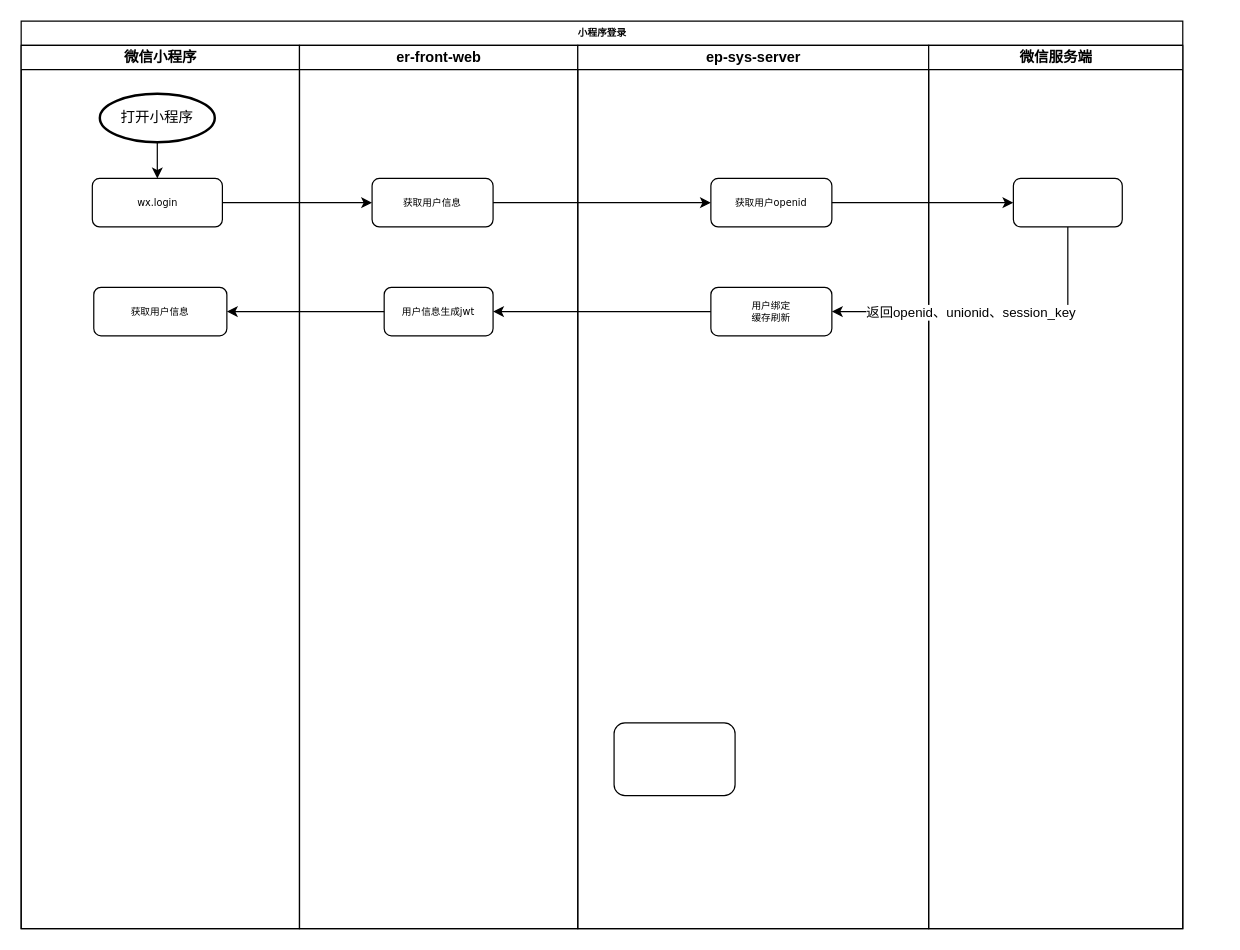
Earlier version of the draw.io diagram 小程序登录服务流程.drawio (liangdengming/diagrams). Source tidied: cells renumbered, new cells numbered last; positions are measured from the earlier drawing's top-left corner, leaving out a move shared by most shapes. Both pictures are drawn from the tidied source at 121%, with x=0, y=0 at pixel (21, 21).
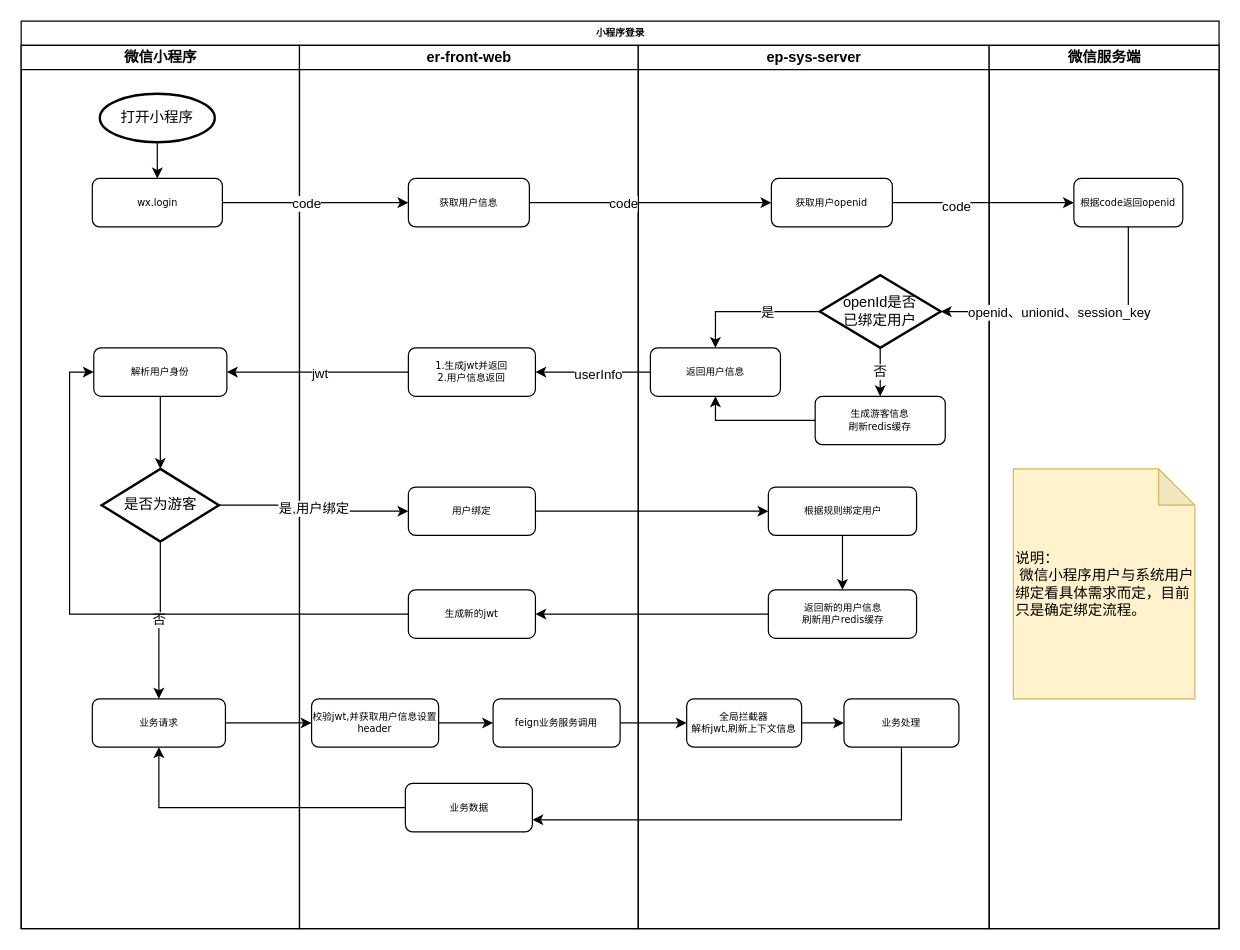
The same page after the edit.

Commit message (it also covers changes not shown here):
小程序登录服务流程.drawio

Unchanged cells that the change refers to:
```xml
<mxCell id="3" value="微信小程序" style="swimlane;html=1;startSize=20;" parent="2" vertex="1">
  <mxGeometry y="20" width="230" height="730" as="geometry" />
</mxCell>
<mxCell id="17" style="edgeStyle=orthogonalEdgeStyle;rounded=0;jettySize=auto;html=1;" parent="2" edge="1" source="4" target="9">
  <mxGeometry relative="1" as="geometry" />
</mxCell>
<mxCell id="18" style="edgeStyle=orthogonalEdgeStyle;rounded=0;jettySize=auto;html=1;entryX=0;entryY=0.5;entryDx=0;entryDy=0;" parent="2" edge="1" source="9" target="13">
  <mxGeometry relative="1" as="geometry" />
</mxCell>
<mxCell id="19" style="edgeStyle=orthogonalEdgeStyle;rounded=0;jettySize=auto;html=1;entryX=0;entryY=0.5;entryDx=0;entryDy=0;" parent="2" edge="1" source="13" target="16">
  <mxGeometry relative="1" as="geometry" />
</mxCell>
<mxCell id="23" style="edgeStyle=orthogonalEdgeStyle;rounded=0;jettySize=auto;html=1;entryX=1;entryY=0.5;entryDx=0;entryDy=0;" parent="2" edge="1" source="10" target="7">
  <mxGeometry relative="1" as="geometry" />
</mxCell>
```

Change to the diagram source:
```diff
@@
     <mxCell id="2" value="小程序登录" style="swimlane;html=1;startSize=20;rounded=0;shadow=0;labelBackgroundColor=none;strokeWidth=1;fontFamily=Verdana;fontSize=8;align=center;" parent="1" vertex="1">
-      <mxGeometry width="960" height="750" as="geometry" />
+      <mxGeometry width="990" height="750" as="geometry" />
     </mxCell>
@@
+    <mxCell id="24" style="edgeStyle=orthogonalEdgeStyle;rounded=0;jettySize=auto;html=1;entryX=0.5;entryY=0;entryDx=0;entryDy=0;entryPerimeter=0;" parent="3" edge="1" source="7" target="26">
+      <mxGeometry relative="1" as="geometry" />
+    </mxCell>
-    <mxCell id="7" value="获取用户信息" style="rounded=1;whiteSpace=wrap;html=1;shadow=0;labelBackgroundColor=none;strokeWidth=1;fontFamily=Verdana;fontSize=8;align=center;" parent="3" vertex="1">
-      <mxGeometry x="60" y="200" width="110" height="40" as="geometry" />
+    <mxCell id="7" value="解析用户身份" style="rounded=1;whiteSpace=wrap;html=1;shadow=0;labelBackgroundColor=none;strokeWidth=1;fontFamily=Verdana;fontSize=8;align=center;" parent="3" vertex="1">
+      <mxGeometry x="60" y="250" width="110" height="40" as="geometry" />
     </mxCell>
+    <mxCell id="25" value="否" style="edgeStyle=orthogonalEdgeStyle;rounded=0;jettySize=auto;html=1;" parent="3" edge="1" source="26" target="27">
+      <mxGeometry relative="1" as="geometry" />
+    </mxCell>
+    <mxCell id="26" value="是否为游客" style="strokeWidth=2;html=1;shape=mxgraph.flowchart.decision;whiteSpace=wrap;" parent="3" vertex="1">
+      <mxGeometry x="66.5" y="350" width="97" height="60" as="geometry" />
+    </mxCell>
+    <mxCell id="27" value="业务请求" style="rounded=1;whiteSpace=wrap;html=1;shadow=0;labelBackgroundColor=none;strokeWidth=1;fontFamily=Verdana;fontSize=8;align=center;" parent="3" vertex="1">
+      <mxGeometry x="58.8" y="540" width="110" height="40" as="geometry" />
+    </mxCell>
     <mxCell id="8" value="er-front-web" style="swimlane;html=1;startSize=20;" parent="2" vertex="1">
-      <mxGeometry x="230" y="20" width="230" height="730" as="geometry" />
+      <mxGeometry x="230" y="20" width="280" height="730" as="geometry" />
     </mxCell>
     <mxCell id="9" value="获取用户信息" style="rounded=1;whiteSpace=wrap;html=1;shadow=0;labelBackgroundColor=none;strokeWidth=1;fontFamily=Verdana;fontSize=8;align=center;" parent="8" vertex="1">
-      <mxGeometry x="60" y="110" width="100" height="40" as="geometry" />
+      <mxGeometry x="90" y="110" width="100" height="40" as="geometry" />
     </mxCell>
-    <mxCell id="10" value="用户信息生成jwt" style="rounded=1;whiteSpace=wrap;html=1;shadow=0;labelBackgroundColor=none;strokeWidth=1;fontFamily=Verdana;fontSize=8;align=center;" parent="8" vertex="1">
-      <mxGeometry x="70" y="200" width="90" height="40" as="geometry" />
+    <mxCell id="10" value="1.生成jwt并返回&lt;br&gt;2.用户信息返回" style="rounded=1;whiteSpace=wrap;html=1;shadow=0;labelBackgroundColor=none;strokeWidth=1;fontFamily=Verdana;fontSize=8;align=center;" parent="8" vertex="1">
+      <mxGeometry x="90" y="250" width="105" height="40" as="geometry" />
     </mxCell>
+    <mxCell id="28" value="用户绑定" style="rounded=1;whiteSpace=wrap;html=1;shadow=0;labelBackgroundColor=none;strokeWidth=1;fontFamily=Verdana;fontSize=8;align=center;" parent="8" vertex="1">
+      <mxGeometry x="90" y="365" width="105" height="40" as="geometry" />
+    </mxCell>
+    <mxCell id="29" style="edgeStyle=orthogonalEdgeStyle;rounded=0;jettySize=auto;html=1;" parent="8" edge="1" source="30" target="31">
+      <mxGeometry relative="1" as="geometry" />
+    </mxCell>
+    <mxCell id="30" value="校验jwt,并获取用户信息设置header" style="rounded=1;whiteSpace=wrap;html=1;shadow=0;labelBackgroundColor=none;strokeWidth=1;fontFamily=Verdana;fontSize=8;align=center;" parent="8" vertex="1">
+      <mxGeometry x="10" y="540" width="105" height="40" as="geometry" />
+    </mxCell>
+    <mxCell id="31" value="feign业务服务调用" style="rounded=1;whiteSpace=wrap;html=1;shadow=0;labelBackgroundColor=none;strokeWidth=1;fontFamily=Verdana;fontSize=8;align=center;" parent="8" vertex="1">
+      <mxGeometry x="160" y="540" width="105" height="40" as="geometry" />
+    </mxCell>
+    <mxCell id="32" value="业务数据" style="rounded=1;whiteSpace=wrap;html=1;shadow=0;labelBackgroundColor=none;strokeWidth=1;fontFamily=Verdana;fontSize=8;align=center;" parent="8" vertex="1">
+      <mxGeometry x="87.5" y="610" width="105" height="40" as="geometry" />
+    </mxCell>
+    <mxCell id="33" value="生成新的jwt" style="rounded=1;whiteSpace=wrap;html=1;shadow=0;labelBackgroundColor=none;strokeWidth=1;fontFamily=Verdana;fontSize=8;align=center;" parent="8" vertex="1">
+      <mxGeometry x="90" y="450" width="105" height="40" as="geometry" />
+    </mxCell>
     <mxCell id="11" value="ep-sys-server" style="swimlane;html=1;startSize=20;" parent="2" vertex="1">
-      <mxGeometry x="460" y="20" width="290" height="730" as="geometry" />
+      <mxGeometry x="510" y="20" width="290" height="730" as="geometry" />
     </mxCell>
-    <mxCell id="12" style="rounded=1;whiteSpace=wrap;html=1;shadow=0;labelBackgroundColor=none;strokeWidth=1;fontFamily=Verdana;fontSize=8;align=center;" parent="11" vertex="1">
-      <mxGeometry x="30" y="560" width="100" height="60" as="geometry" />
-    </mxCell>
@@
-    <mxCell id="14" value="用户绑定&lt;br&gt;缓存刷新" style="rounded=1;whiteSpace=wrap;html=1;shadow=0;labelBackgroundColor=none;strokeWidth=1;fontFamily=Verdana;fontSize=8;align=center;" parent="11" vertex="1">
-      <mxGeometry x="110" y="200" width="100" height="40" as="geometry" />
-    </mxCell>
+    <mxCell id="34" value="否" style="edgeStyle=orthogonalEdgeStyle;rounded=0;jettySize=auto;html=1;entryX=0.5;entryY=0;entryDx=0;entryDy=0;" parent="11" edge="1" source="37" target="39">
+      <mxGeometry relative="1" as="geometry" />
+    </mxCell>
+    <mxCell id="35" style="edgeStyle=orthogonalEdgeStyle;rounded=0;jettySize=auto;html=1;entryX=0.5;entryY=0;entryDx=0;entryDy=0;" parent="11" edge="1" source="37" target="40">
+      <mxGeometry relative="1" as="geometry" />
+    </mxCell>
+    <mxCell id="36" value="是" style="edgeLabel;html=1;align=center;verticalAlign=middle;" parent="35" vertex="1">
+      <mxGeometry x="-0.24" y="-1" relative="1" as="geometry">
+        <mxPoint y="1" as="offset" />
+      </mxGeometry>
+    </mxCell>
+    <mxCell id="37" value="openId是否&lt;br&gt;已绑定用户" style="strokeWidth=2;html=1;shape=mxgraph.flowchart.decision;whiteSpace=wrap;" parent="11" vertex="1">
+      <mxGeometry x="150" y="190" width="100" height="60" as="geometry" />
+    </mxCell>
+    <mxCell id="38" style="edgeStyle=orthogonalEdgeStyle;rounded=0;jettySize=auto;html=1;entryX=0.5;entryY=1;entryDx=0;entryDy=0;" parent="11" edge="1" source="39" target="40">
+      <mxGeometry relative="1" as="geometry" />
+    </mxCell>
+    <mxCell id="39" value="生成游客信息&lt;br&gt;刷新redis缓存" style="rounded=1;whiteSpace=wrap;html=1;shadow=0;labelBackgroundColor=none;strokeWidth=1;fontFamily=Verdana;fontSize=8;align=center;" parent="11" vertex="1">
+      <mxGeometry x="146.2" y="290" width="107.5" height="40" as="geometry" />
+    </mxCell>
+    <mxCell id="40" value="返回用户信息" style="rounded=1;whiteSpace=wrap;html=1;shadow=0;labelBackgroundColor=none;strokeWidth=1;fontFamily=Verdana;fontSize=8;align=center;" parent="11" vertex="1">
+      <mxGeometry x="10" y="250" width="107.5" height="40" as="geometry" />
+    </mxCell>
+    <mxCell id="41" style="edgeStyle=orthogonalEdgeStyle;rounded=0;jettySize=auto;html=1;" parent="11" edge="1" source="42" target="46">
+      <mxGeometry relative="1" as="geometry" />
+    </mxCell>
+    <mxCell id="42" value="根据规则绑定用户&lt;br&gt;" style="rounded=1;whiteSpace=wrap;html=1;shadow=0;labelBackgroundColor=none;strokeWidth=1;fontFamily=Verdana;fontSize=8;align=center;" parent="11" vertex="1">
+      <mxGeometry x="107.5" y="365" width="122.5" height="40" as="geometry" />
+    </mxCell>
+    <mxCell id="43" style="edgeStyle=orthogonalEdgeStyle;rounded=0;jettySize=auto;html=1;" parent="11" edge="1" source="44" target="45">
+      <mxGeometry relative="1" as="geometry" />
+    </mxCell>
+    <mxCell id="44" value="全局拦截器&lt;br&gt;解析jwt,刷新上下文信息" style="rounded=1;whiteSpace=wrap;html=1;shadow=0;labelBackgroundColor=none;strokeWidth=1;fontFamily=Verdana;fontSize=8;align=center;" parent="11" vertex="1">
+      <mxGeometry x="40" y="540" width="95" height="40" as="geometry" />
+    </mxCell>
+    <mxCell id="45" value="业务处理" style="rounded=1;whiteSpace=wrap;html=1;shadow=0;labelBackgroundColor=none;strokeWidth=1;fontFamily=Verdana;fontSize=8;align=center;" parent="11" vertex="1">
+      <mxGeometry x="170" y="540" width="95" height="40" as="geometry" />
+    </mxCell>
+    <mxCell id="46" value="返回新的用户信息&lt;br&gt;刷新用户redis缓存" style="rounded=1;whiteSpace=wrap;html=1;shadow=0;labelBackgroundColor=none;strokeWidth=1;fontFamily=Verdana;fontSize=8;align=center;" parent="11" vertex="1">
+      <mxGeometry x="107.5" y="450" width="122.5" height="40" as="geometry" />
+    </mxCell>
     <mxCell id="15" value="微信服务端" style="swimlane;html=1;startSize=20;" parent="2" vertex="1">
-      <mxGeometry x="750" y="20" width="210" height="730" as="geometry" />
+      <mxGeometry x="800" y="20" width="190" height="730" as="geometry" />
     </mxCell>
-    <mxCell id="16" style="rounded=1;whiteSpace=wrap;html=1;shadow=0;labelBackgroundColor=none;strokeWidth=1;fontFamily=Verdana;fontSize=8;align=center;" parent="15" vertex="1">
+    <mxCell id="16" value="根据code返回openid" style="rounded=1;whiteSpace=wrap;html=1;shadow=0;labelBackgroundColor=none;strokeWidth=1;fontFamily=Verdana;fontSize=8;align=center;" parent="15" vertex="1">
       <mxGeometry x="70" y="110" width="90" height="40" as="geometry" />
     </mxCell>
+    <mxCell id="47" value="说明：&lt;br&gt;&lt;span style=&quot;white-space: pre;&quot;&gt; &lt;/span&gt;微信小程序用户与系统用户绑定看具体需求而定，目前只是确定绑定流程。" style="shape=note;whiteSpace=wrap;html=1;backgroundOutline=1;darkOpacity=0.05;fillColor=#fff2cc;strokeColor=#d6b656;align=left;" parent="15" vertex="1">
+      <mxGeometry x="20" y="350" width="150" height="190" as="geometry" />
+    </mxCell>
@@
+    <mxCell id="48" value="code" style="edgeLabel;html=1;align=center;verticalAlign=middle;" parent="17" vertex="1">
+      <mxGeometry x="-0.1" relative="1" as="geometry" />
+    </mxCell>
@@
+    <mxCell id="49" value="code" style="edgeLabel;html=1;align=center;verticalAlign=middle;" parent="18" vertex="1">
+      <mxGeometry x="-0.23" relative="1" as="geometry" />
+    </mxCell>
@@
+    <mxCell id="50" value="code" style="edgeLabel;html=1;align=center;verticalAlign=middle;" parent="19" vertex="1">
+      <mxGeometry x="-0.31" y="-2" relative="1" as="geometry" />
+    </mxCell>
-    <mxCell id="20" style="edgeStyle=orthogonalEdgeStyle;rounded=0;jettySize=auto;html=1;entryX=1;entryY=0.5;entryDx=0;entryDy=0;exitX=0.5;exitY=1;exitDx=0;exitDy=0;" parent="2" edge="1" source="16" target="14">
+    <mxCell id="20" style="edgeStyle=orthogonalEdgeStyle;rounded=0;jettySize=auto;html=1;entryX=1;entryY=0.5;entryDx=0;entryDy=0;exitX=0.5;exitY=1;exitDx=0;exitDy=0;entryPerimeter=0;" parent="2" edge="1" source="16" target="37">
       <mxGeometry relative="1" as="geometry" />
     </mxCell>
-    <mxCell id="21" value="返回openid、unionid、session_key" style="edgeLabel;html=1;align=center;verticalAlign=middle;" parent="20" vertex="1">
+    <mxCell id="21" value="openid、unionid、session_key" style="edgeLabel;html=1;align=center;verticalAlign=middle;" parent="20" vertex="1">
       <mxGeometry x="0.14" relative="1" as="geometry" />
     </mxCell>
-    <mxCell id="22" style="edgeStyle=orthogonalEdgeStyle;rounded=0;jettySize=auto;html=1;entryX=1;entryY=0.5;entryDx=0;entryDy=0;" parent="2" edge="1" source="14" target="10">
-      <mxGeometry relative="1" as="geometry" />
-    </mxCell>
@@
+    <mxCell id="51" value="jwt" style="edgeLabel;html=1;align=center;verticalAlign=middle;" parent="23" vertex="1">
+      <mxGeometry x="-0.01" relative="1" as="geometry" />
+    </mxCell>
+    <mxCell id="52" style="edgeStyle=orthogonalEdgeStyle;rounded=0;jettySize=auto;html=1;entryX=1;entryY=0.5;entryDx=0;entryDy=0;" parent="2" edge="1" source="40" target="10">
+      <mxGeometry relative="1" as="geometry" />
+    </mxCell>
+    <mxCell id="53" value="userInfo" style="edgeLabel;html=1;align=center;verticalAlign=middle;" parent="52" vertex="1">
+      <mxGeometry x="-0.08" y="1" relative="1" as="geometry" />
+    </mxCell>
+    <mxCell id="54" value="是,用户绑定" style="edgeStyle=orthogonalEdgeStyle;rounded=0;jettySize=auto;html=1;entryX=0;entryY=0.5;entryDx=0;entryDy=0;" parent="2" edge="1" source="26" target="28">
+      <mxGeometry relative="1" as="geometry" />
+    </mxCell>
+    <mxCell id="55" style="edgeStyle=orthogonalEdgeStyle;rounded=0;jettySize=auto;html=1;entryX=0;entryY=0.5;entryDx=0;entryDy=0;" parent="2" edge="1" source="28" target="42">
+      <mxGeometry relative="1" as="geometry" />
+    </mxCell>
+    <mxCell id="56" style="edgeStyle=orthogonalEdgeStyle;rounded=0;jettySize=auto;html=1;entryX=0;entryY=0.5;entryDx=0;entryDy=0;" parent="2" edge="1" source="27" target="30">
+      <mxGeometry relative="1" as="geometry" />
+    </mxCell>
+    <mxCell id="57" style="edgeStyle=orthogonalEdgeStyle;rounded=0;jettySize=auto;html=1;" parent="2" edge="1" source="31" target="44">
+      <mxGeometry relative="1" as="geometry" />
+    </mxCell>
+    <mxCell id="58" style="edgeStyle=orthogonalEdgeStyle;rounded=0;jettySize=auto;html=1;entryX=1;entryY=0.75;entryDx=0;entryDy=0;exitX=0.5;exitY=1;exitDx=0;exitDy=0;" parent="2" edge="1" source="45" target="32">
+      <mxGeometry relative="1" as="geometry" />
+    </mxCell>
+    <mxCell id="59" style="edgeStyle=orthogonalEdgeStyle;rounded=0;jettySize=auto;html=1;entryX=0.5;entryY=1;entryDx=0;entryDy=0;" parent="2" edge="1" source="32" target="27">
+      <mxGeometry relative="1" as="geometry" />
+    </mxCell>
+    <mxCell id="60" style="edgeStyle=orthogonalEdgeStyle;rounded=0;jettySize=auto;html=1;entryX=1;entryY=0.5;entryDx=0;entryDy=0;" parent="2" edge="1" source="46" target="33">
+      <mxGeometry relative="1" as="geometry" />
+    </mxCell>
+    <mxCell id="61" style="edgeStyle=orthogonalEdgeStyle;rounded=0;jettySize=auto;html=1;entryX=0;entryY=0.5;entryDx=0;entryDy=0;" parent="2" edge="1" source="33" target="7">
+      <mxGeometry relative="1" as="geometry" />
+    </mxCell>
```
